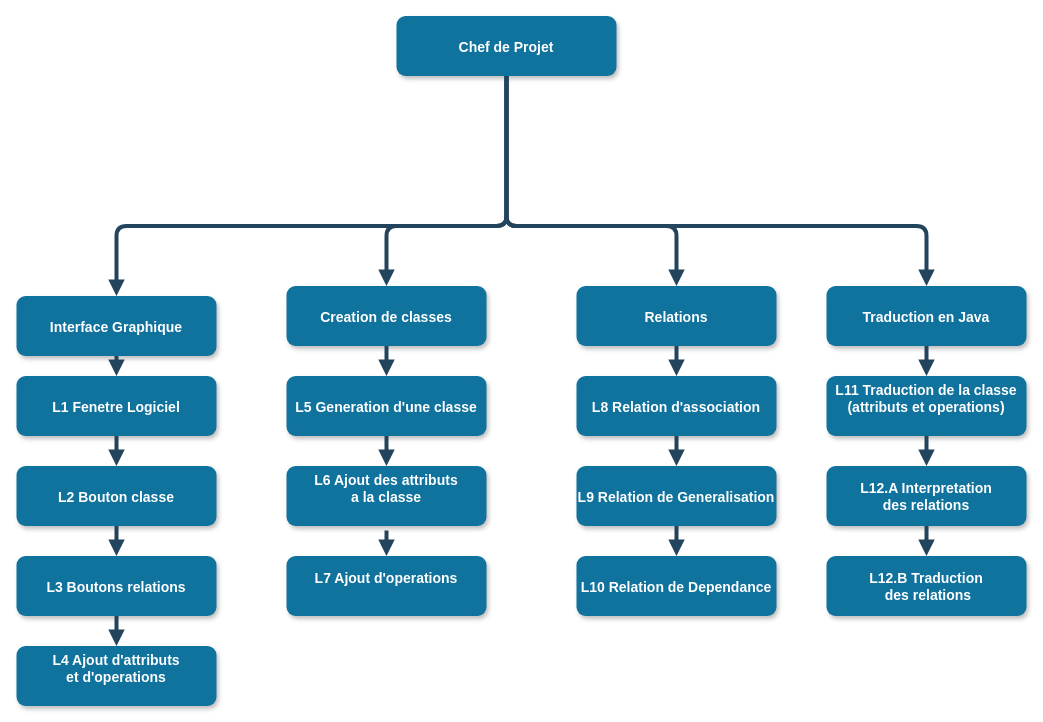
Earlier version of the draw.io diagram GestionProjet/Uml2Java_WBS.drawio (flagador/Uml2Java). Source tidied: cells renumbered, new cells numbered last; positions are measured from the earlier drawing's top-left corner, leaving out a move shared by most shapes. Both pictures are drawn from the tidied source at 100%, with x=0, y=0 at pixel (16, 16).
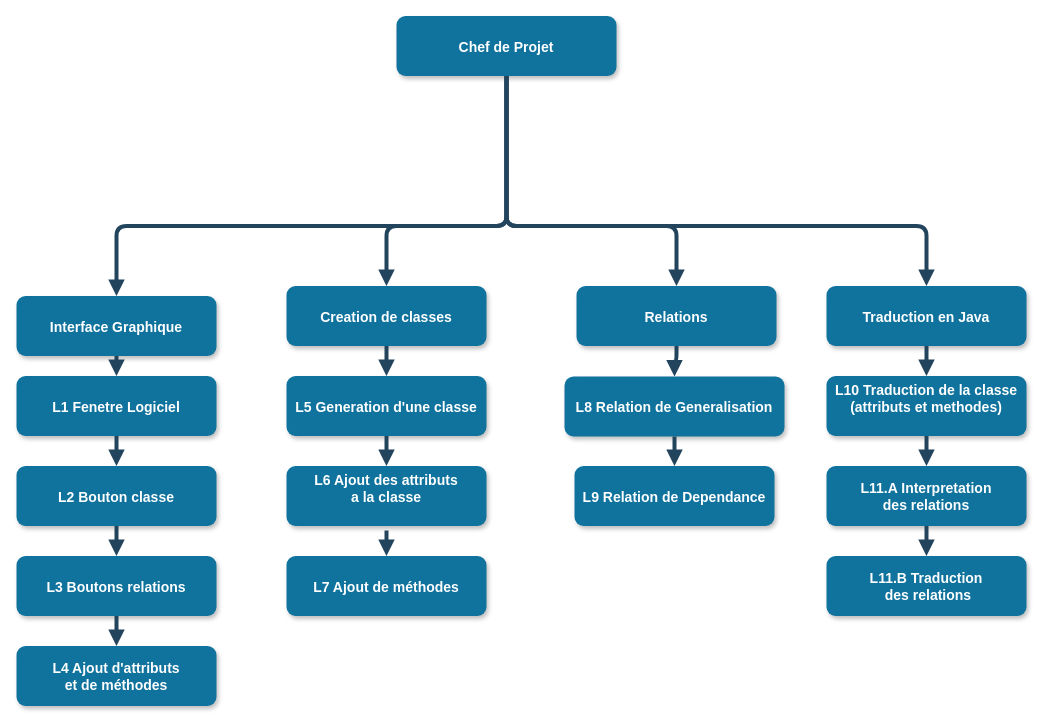
After the change.

Commit message (it also covers changes not shown here):
Avancement rapport, actualisation diagramma obs, wbs et matrice raci

The change refers to these unchanged cells:
```xml
<mxCell id="11" value="Relations" style="rounded=1;fillColor=#10739E;strokeColor=none;shadow=1;gradientColor=none;fontStyle=1;fontColor=#FFFFFF;fontSize=14;" parent="1" vertex="1">
  <mxGeometry x="560" y="269.5" width="200" height="60" as="geometry" />
</mxCell>
```

The edit, as a diff of the source:
```diff
@@
-    <mxCell id="7" value="L4 Ajout d'attributs&#10;et d'operations&#10;" style="rounded=1;fillColor=#10739E;strokeColor=none;shadow=1;gradientColor=none;fontStyle=1;fontColor=#FFFFFF;fontSize=14;" parent="1" vertex="1">
+    <mxCell id="7" value="L4 Ajout d'attributs&#10;et de méthodes" style="rounded=1;fillColor=#10739E;strokeColor=none;shadow=1;gradientColor=none;fontStyle=1;fontColor=#FFFFFF;fontSize=14;" parent="1" vertex="1">
       <mxGeometry y="629.5" width="200" height="60" as="geometry" />
     </mxCell>
@@
-    <mxCell id="12" value="L8 Relation d'association" style="rounded=1;fillColor=#10739E;strokeColor=none;shadow=1;gradientColor=none;fontStyle=1;fontColor=#FFFFFF;fontSize=14;" parent="1" vertex="1">
-      <mxGeometry x="560" y="359.5" width="200" height="60" as="geometry" />
-    </mxCell>
-    <mxCell id="13" value="L9 Relation de Generalisation" style="rounded=1;fillColor=#10739E;strokeColor=none;shadow=1;gradientColor=none;fontStyle=1;fontColor=#FFFFFF;fontSize=14;" parent="1" vertex="1">
-      <mxGeometry x="560" y="449.5" width="200" height="60" as="geometry" />
+    <mxCell id="13" value="L8 Relation de Generalisation" style="rounded=1;fillColor=#10739E;strokeColor=none;shadow=1;gradientColor=none;fontStyle=1;fontColor=#FFFFFF;fontSize=14;" parent="1" vertex="1">
+      <mxGeometry x="548" y="360" width="220" height="60" as="geometry" />
     </mxCell>
-    <mxCell id="14" value="L10 Relation de Dependance" style="rounded=1;fillColor=#10739E;strokeColor=none;shadow=1;gradientColor=none;fontStyle=1;fontColor=#FFFFFF;fontSize=14;" parent="1" vertex="1">
-      <mxGeometry x="560" y="539.5" width="200" height="60" as="geometry" />
+    <mxCell id="14" value="L9 Relation de Dependance" style="rounded=1;fillColor=#10739E;strokeColor=none;shadow=1;gradientColor=none;fontStyle=1;fontColor=#FFFFFF;fontSize=14;" parent="1" vertex="1">
+      <mxGeometry x="558" y="449.5" width="200" height="60" as="geometry" />
     </mxCell>
@@
-    <mxCell id="16" value="L11 Traduction de la classe&#10;(attributs et operations)&#10;" style="rounded=1;fillColor=#10739E;strokeColor=none;shadow=1;gradientColor=none;fontStyle=1;fontColor=#FFFFFF;fontSize=14;" parent="1" vertex="1">
+    <mxCell id="16" value="L10 Traduction de la classe&#10;(attributs et methodes)&#10;" style="rounded=1;fillColor=#10739E;strokeColor=none;shadow=1;gradientColor=none;fontStyle=1;fontColor=#FFFFFF;fontSize=14;" parent="1" vertex="1">
       <mxGeometry x="810" y="359.5" width="200" height="60" as="geometry" />
     </mxCell>
-    <mxCell id="17" value="L12.A Interpretation &#10;des relations" style="rounded=1;fillColor=#10739E;strokeColor=none;shadow=1;gradientColor=none;fontStyle=1;fontColor=#FFFFFF;fontSize=14;" parent="1" vertex="1">
+    <mxCell id="17" value="L11.A Interpretation &#10;des relations" style="rounded=1;fillColor=#10739E;strokeColor=none;shadow=1;gradientColor=none;fontStyle=1;fontColor=#FFFFFF;fontSize=14;" parent="1" vertex="1">
       <mxGeometry x="810" y="449.5" width="200" height="60" as="geometry" />
     </mxCell>
-    <mxCell id="18" value="L12.B Traduction&#10; des relations" style="rounded=1;fillColor=#10739E;strokeColor=none;shadow=1;gradientColor=none;fontStyle=1;fontColor=#FFFFFF;fontSize=14;" parent="1" vertex="1">
+    <mxCell id="18" value="L11.B Traduction&#10; des relations" style="rounded=1;fillColor=#10739E;strokeColor=none;shadow=1;gradientColor=none;fontStyle=1;fontColor=#FFFFFF;fontSize=14;" parent="1" vertex="1">
       <mxGeometry x="810" y="539.5" width="200" height="60" as="geometry" />
     </mxCell>
@@
-    <mxCell id="27" style="edgeStyle=elbowEdgeStyle;elbow=vertical;strokeWidth=4;endArrow=block;endFill=1;fontStyle=1;strokeColor=#23445D;" parent="1" edge="1" source="11" target="12">
-      <mxGeometry x="72" y="165.5" as="geometry" />
-    </mxCell>
-    <mxCell id="28" style="edgeStyle=elbowEdgeStyle;elbow=vertical;strokeWidth=4;endArrow=block;endFill=1;fontStyle=1;strokeColor=#23445D;" parent="1" edge="1" source="12" target="13">
+    <mxCell id="28" style="edgeStyle=elbowEdgeStyle;elbow=vertical;strokeWidth=4;endArrow=block;endFill=1;fontStyle=1;strokeColor=#23445D;exitX=0.5;exitY=1;exitDx=0;exitDy=0;" parent="1" edge="1" source="11" target="13">
       <mxGeometry x="72" y="175.5" as="geometry" />
     </mxCell>
@@
-    <mxCell id="35" value="L7 Ajout d'operations&#10;" style="rounded=1;fillColor=#10739E;strokeColor=none;shadow=1;gradientColor=none;fontStyle=1;fontColor=#FFFFFF;fontSize=14;" parent="1" vertex="1">
+    <mxCell id="35" value="L7 Ajout de méthodes" style="rounded=1;fillColor=#10739E;strokeColor=none;shadow=1;gradientColor=none;fontStyle=1;fontColor=#FFFFFF;fontSize=14;" parent="1" vertex="1">
       <mxGeometry x="270" y="539.5" width="200" height="60" as="geometry" />
     </mxCell>
```
